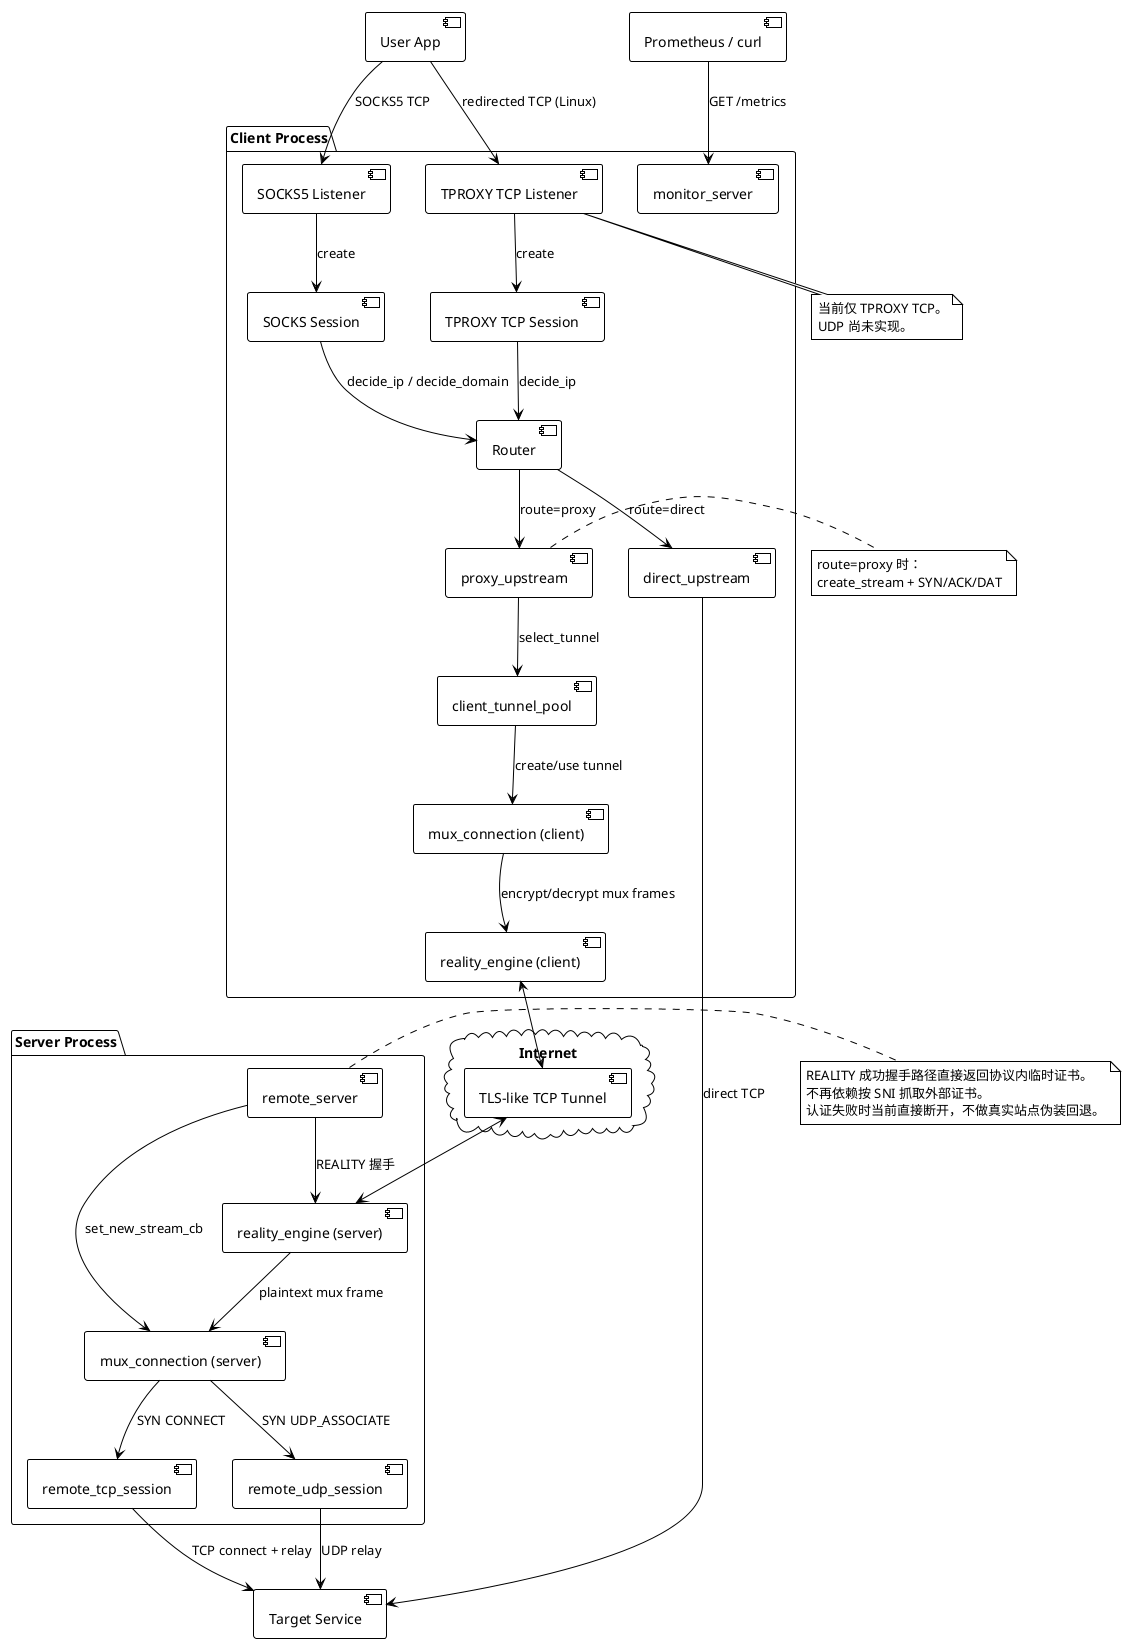
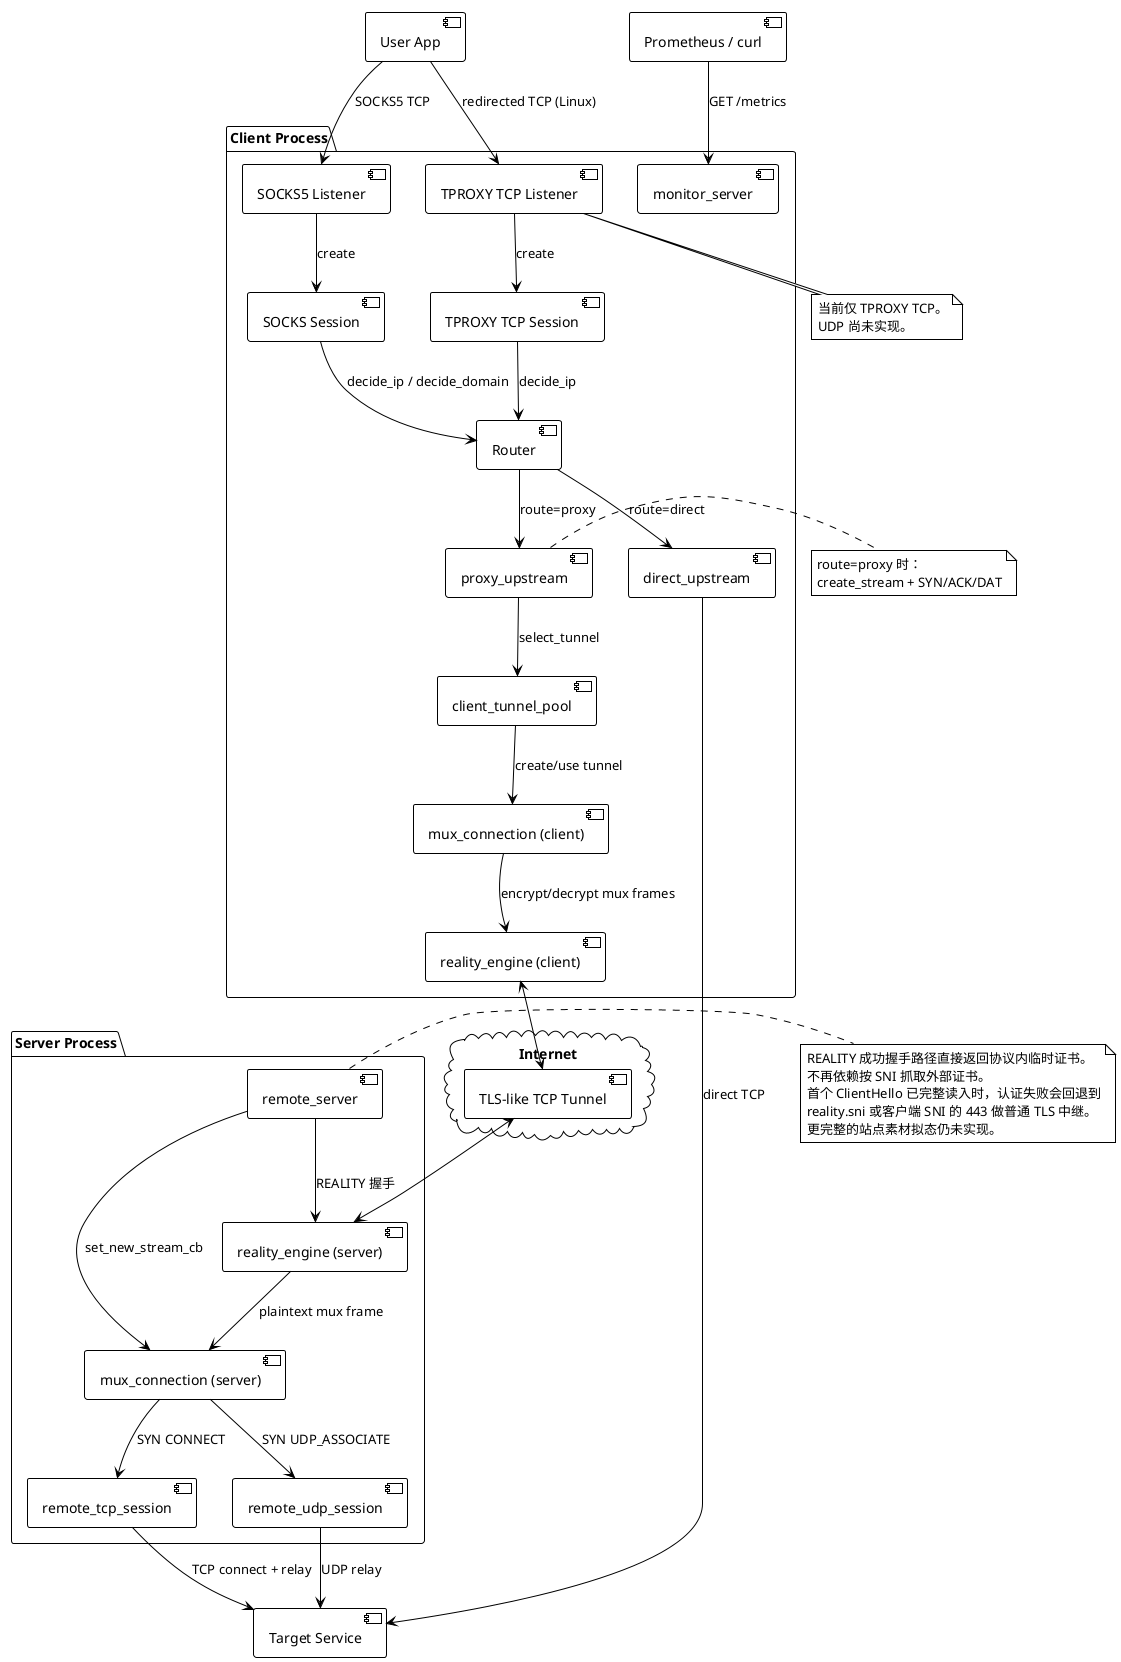
@startuml
!theme plain
skinparam componentStyle uml2

package "Client Process" {
    [SOCKS5 Listener] as SocksListener
    [SOCKS Session] as SocksSession
    [TPROXY TCP Listener] as TproxyListener
    [TPROXY TCP Session] as TproxySession

    [Router] as Router
    [direct_upstream] as DirectUpstream
    [proxy_upstream] as ProxyUpstream

    [client_tunnel_pool] as TunnelPool
    [mux_connection (client)] as ClientMux
    [reality_engine (client)] as ClientReality

    [monitor_server] as Monitor
}

cloud "Internet" {
    [TLS-like TCP Tunnel] as Network
}

package "Server Process" {
    [remote_server] as RemoteServer
    [mux_connection (server)] as ServerMux
    [reality_engine (server)] as ServerReality
    [remote_tcp_session] as RemoteTcp
    [remote_udp_session] as RemoteUdp
}

[User App] as App
[Target Service] as Target
[Prometheus / curl] as MetricsClient

App --> SocksListener : SOCKS5 TCP
SocksListener --> SocksSession : create

App --> TproxyListener : redirected TCP (Linux)
TproxyListener --> TproxySession : create

SocksSession --> Router : decide_ip / decide_domain
TproxySession --> Router : decide_ip

Router --> DirectUpstream : route=direct
Router --> ProxyUpstream : route=proxy

DirectUpstream --> Target : direct TCP

ProxyUpstream --> TunnelPool : select_tunnel
TunnelPool --> ClientMux : create/use tunnel
ClientMux --> ClientReality : encrypt/decrypt mux frames
ClientReality <--> Network
Network <--> ServerReality
ServerReality --> ServerMux : plaintext mux frame

RemoteServer --> ServerReality : REALITY 握手
RemoteServer --> ServerMux : set_new_stream_cb
ServerMux --> RemoteTcp : SYN CONNECT
ServerMux --> RemoteUdp : SYN UDP_ASSOCIATE

RemoteTcp --> Target : TCP connect + relay
RemoteUdp --> Target : UDP relay

MetricsClient --> Monitor : GET /metrics

note right of ProxyUpstream
  route=proxy 时：
  create_stream + SYN/ACK/DAT
end note

note right of RemoteServer
  REALITY 成功握手路径直接返回协议内临时证书。
  不再依赖按 SNI 抓取外部证书。
-   认证失败时当前直接断开，不做真实站点伪装回退。
+   首个 ClientHello 已完整读入时，认证失败会回退到
+   reality.sni 或客户端 SNI 的 443 做普通 TLS 中继。
+   更完整的站点素材拟态仍未实现。
end note

note bottom of TproxyListener
  当前仅 TPROXY TCP。
  UDP 尚未实现。
end note

@enduml
